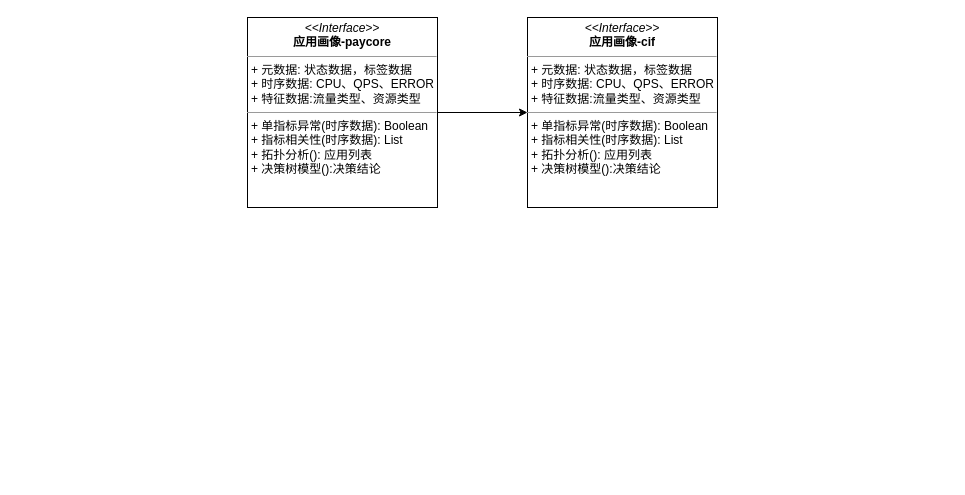
Above: 应用画像定义.drawio in frankneu/draw.io (draw.io), before the change. Source tidied: cells renumbered, new cells numbered last; positions are measured from the earlier drawing's top-left corner, leaving out a move shared by most shapes. Both pictures are drawn from the tidied source at 100%, with x=0, y=0 at pixel (247, 17).
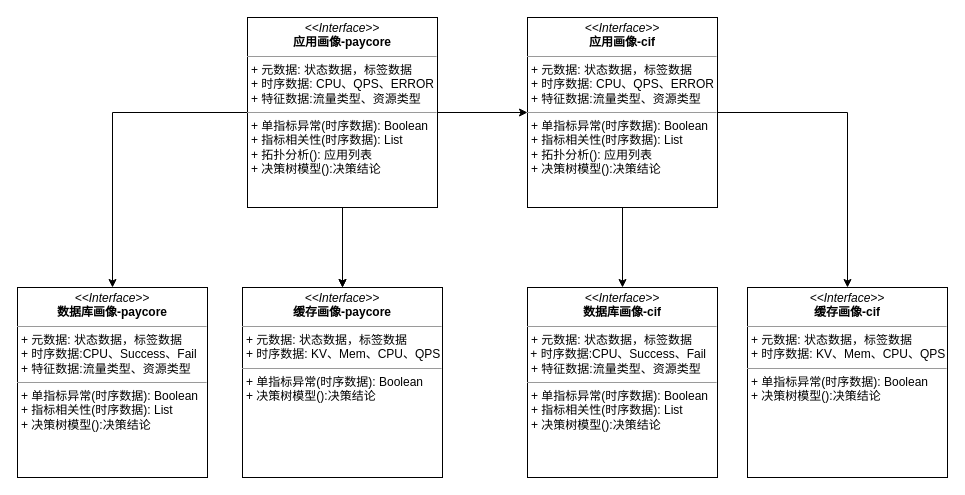
The same diagram, later.

Commit message:
Update 应用画像定义.drawio

Change to the diagram source:
```diff
@@
 <mxGraphModel>
   <root>
     <mxCell id="0" />
     <mxCell id="1" parent="0" />
     <mxCell id="2" style="edgeStyle=orthogonalEdgeStyle;rounded=0;jettySize=auto;html=1;" parent="1" edge="1" source="3" target="4">
       <mxGeometry relative="1" as="geometry" />
     </mxCell>
+    <mxCell id="5" style="edgeStyle=orthogonalEdgeStyle;rounded=0;jettySize=auto;html=1;" parent="1" edge="1" source="3" target="9">
+      <mxGeometry relative="1" as="geometry" />
+    </mxCell>
+    <mxCell id="6" style="edgeStyle=orthogonalEdgeStyle;rounded=0;jettySize=auto;html=1;" parent="1" edge="1" source="3" target="9">
+      <mxGeometry relative="1" as="geometry" />
+    </mxCell>
+    <mxCell id="7" style="edgeStyle=orthogonalEdgeStyle;rounded=0;jettySize=auto;html=1;" parent="1" edge="1" source="3" target="8">
+      <mxGeometry relative="1" as="geometry" />
+    </mxCell>
     <mxCell id="3" value="&lt;p style=&quot;margin: 0px ; margin-top: 4px ; text-align: center&quot;&gt;&lt;i&gt;&amp;lt;&amp;lt;Interface&amp;gt;&amp;gt;&lt;/i&gt;&lt;br&gt;&lt;b&gt;应用画像-paycore&lt;/b&gt;&lt;/p&gt;&lt;hr size=&quot;1&quot;&gt;&lt;p style=&quot;margin: 0px ; margin-left: 4px&quot;&gt;+ 元数据: 状态数据，标签数据&lt;br&gt;+ 时序数据: CPU、QPS、ERROR&lt;/p&gt;&lt;p style=&quot;margin: 0px ; margin-left: 4px&quot;&gt;+ 特征数据:流量类型、资源类型&lt;/p&gt;&lt;hr size=&quot;1&quot;&gt;&lt;p style=&quot;margin: 0px ; margin-left: 4px&quot;&gt;+ 单指标异常(时序数据): Boolean&lt;/p&gt;&lt;p style=&quot;margin: 0px ; margin-left: 4px&quot;&gt;+ 指标相关性(时序数据): List&lt;/p&gt;&lt;p style=&quot;margin: 0px ; margin-left: 4px&quot;&gt;&lt;span&gt;+ 拓扑分析(): 应用列表&lt;/span&gt;&lt;/p&gt;&lt;p style=&quot;margin: 0px ; margin-left: 4px&quot;&gt;&lt;span&gt;+ 决策树模型():决策结论&lt;/span&gt;&lt;/p&gt;" style="verticalAlign=top;align=left;overflow=fill;fontSize=12;fontFamily=Helvetica;html=1;" parent="1" vertex="1">
       <mxGeometry width="190" height="190" as="geometry" />
     </mxCell>
+    <mxCell id="8" value="&lt;p style=&quot;margin: 0px ; margin-top: 4px ; text-align: center&quot;&gt;&lt;i&gt;&amp;lt;&amp;lt;Interface&amp;gt;&amp;gt;&lt;/i&gt;&lt;br&gt;&lt;b&gt;数据库画像-paycore&lt;/b&gt;&lt;/p&gt;&lt;hr size=&quot;1&quot;&gt;&lt;p style=&quot;margin: 0px ; margin-left: 4px&quot;&gt;+ 元数据: 状态数据，标签数据&lt;br&gt;+ 时序数据:CPU、Success、Fail&lt;/p&gt;&lt;p style=&quot;margin: 0px ; margin-left: 4px&quot;&gt;+ 特征数据:流量类型、资源类型&lt;/p&gt;&lt;hr size=&quot;1&quot;&gt;&lt;p style=&quot;margin: 0px ; margin-left: 4px&quot;&gt;+ 单指标异常(时序数据): Boolean&lt;/p&gt;&lt;p style=&quot;margin: 0px ; margin-left: 4px&quot;&gt;+ 指标相关性(时序数据): List&lt;br&gt;&lt;/p&gt;&lt;p style=&quot;margin: 0px ; margin-left: 4px&quot;&gt;&lt;span&gt;+ 决策树模型():决策结论&lt;/span&gt;&lt;/p&gt;" style="verticalAlign=top;align=left;overflow=fill;fontSize=12;fontFamily=Helvetica;html=1;" parent="1" vertex="1">
+      <mxGeometry x="-230" y="270" width="190" height="190" as="geometry" />
+    </mxCell>
+    <mxCell id="9" value="&lt;p style=&quot;margin: 0px ; margin-top: 4px ; text-align: center&quot;&gt;&lt;i&gt;&amp;lt;&amp;lt;Interface&amp;gt;&amp;gt;&lt;/i&gt;&lt;br&gt;&lt;b&gt;缓存画像-paycore&lt;/b&gt;&lt;/p&gt;&lt;hr size=&quot;1&quot;&gt;&lt;p style=&quot;margin: 0px ; margin-left: 4px&quot;&gt;+ 元数据: 状态数据，标签数据&lt;br&gt;+ 时序数据: KV、Mem、CPU、QPS&lt;/p&gt;&lt;hr size=&quot;1&quot;&gt;&lt;p style=&quot;margin: 0px ; margin-left: 4px&quot;&gt;+ 单指标异常(时序数据): Boolean&lt;/p&gt;&lt;p style=&quot;margin: 0px ; margin-left: 4px&quot;&gt;&lt;span&gt;+ 决策树模型():决策结论&lt;/span&gt;&lt;/p&gt;" style="verticalAlign=top;align=left;overflow=fill;fontSize=12;fontFamily=Helvetica;html=1;" parent="1" vertex="1">
+      <mxGeometry x="-5" y="270" width="200" height="190" as="geometry" />
+    </mxCell>
+    <mxCell id="10" style="edgeStyle=orthogonalEdgeStyle;rounded=0;jettySize=auto;html=1;" parent="1" edge="1" source="4" target="13">
+      <mxGeometry relative="1" as="geometry" />
+    </mxCell>
+    <mxCell id="11" style="edgeStyle=orthogonalEdgeStyle;rounded=0;jettySize=auto;html=1;" parent="1" edge="1" source="4" target="12">
+      <mxGeometry relative="1" as="geometry" />
+    </mxCell>
     <mxCell id="4" value="&lt;p style=&quot;margin: 0px ; margin-top: 4px ; text-align: center&quot;&gt;&lt;i&gt;&amp;lt;&amp;lt;Interface&amp;gt;&amp;gt;&lt;/i&gt;&lt;br&gt;&lt;b&gt;应用画像-cif&lt;/b&gt;&lt;/p&gt;&lt;hr size=&quot;1&quot;&gt;&lt;p style=&quot;margin: 0px ; margin-left: 4px&quot;&gt;+ 元数据: 状态数据，标签数据&lt;br&gt;+ 时序数据: CPU、QPS、ERROR&lt;/p&gt;&lt;p style=&quot;margin: 0px ; margin-left: 4px&quot;&gt;+ 特征数据:流量类型、资源类型&lt;/p&gt;&lt;hr size=&quot;1&quot;&gt;&lt;p style=&quot;margin: 0px ; margin-left: 4px&quot;&gt;+ 单指标异常(时序数据): Boolean&lt;/p&gt;&lt;p style=&quot;margin: 0px ; margin-left: 4px&quot;&gt;+ 指标相关性(时序数据): List&lt;/p&gt;&lt;p style=&quot;margin: 0px ; margin-left: 4px&quot;&gt;&lt;span&gt;+ 拓扑分析(): 应用列表&lt;/span&gt;&lt;/p&gt;&lt;p style=&quot;margin: 0px ; margin-left: 4px&quot;&gt;&lt;span&gt;+ 决策树模型():决策结论&lt;/span&gt;&lt;/p&gt;" style="verticalAlign=top;align=left;overflow=fill;fontSize=12;fontFamily=Helvetica;html=1;" parent="1" vertex="1">
       <mxGeometry x="280" width="190" height="190" as="geometry" />
     </mxCell>
+    <mxCell id="12" value="&lt;p style=&quot;margin: 0px ; margin-top: 4px ; text-align: center&quot;&gt;&lt;i&gt;&amp;lt;&amp;lt;Interface&amp;gt;&amp;gt;&lt;/i&gt;&lt;br&gt;&lt;b&gt;缓存画像-cif&lt;/b&gt;&lt;/p&gt;&lt;hr size=&quot;1&quot;&gt;&lt;p style=&quot;margin: 0px ; margin-left: 4px&quot;&gt;+ 元数据: 状态数据，标签数据&lt;br&gt;+ 时序数据: KV、Mem、CPU、QPS&lt;br&gt;&lt;/p&gt;&lt;hr size=&quot;1&quot;&gt;&lt;p style=&quot;margin: 0px ; margin-left: 4px&quot;&gt;+ 单指标异常(时序数据): Boolean&lt;/p&gt;&lt;p style=&quot;margin: 0px ; margin-left: 4px&quot;&gt;&lt;span&gt;+ 决策树模型():决策结论&lt;/span&gt;&lt;/p&gt;" style="verticalAlign=top;align=left;overflow=fill;fontSize=12;fontFamily=Helvetica;html=1;" parent="1" vertex="1">
+      <mxGeometry x="500" y="270" width="200" height="190" as="geometry" />
+    </mxCell>
+    <mxCell id="13" value="&lt;p style=&quot;margin: 0px ; margin-top: 4px ; text-align: center&quot;&gt;&lt;i&gt;&amp;lt;&amp;lt;Interface&amp;gt;&amp;gt;&lt;/i&gt;&lt;br&gt;&lt;b&gt;数据库画像-cif&lt;/b&gt;&lt;/p&gt;&lt;hr size=&quot;1&quot;&gt;&lt;p style=&quot;margin: 0px ; margin-left: 4px&quot;&gt;+ 元数据: 状态数据，标签数据&lt;br&gt;&lt;/p&gt;&amp;nbsp;+ 时序数据:CPU、Success、Fail&lt;p style=&quot;margin: 0px ; margin-left: 4px&quot;&gt;+ 特征数据:流量类型、资源类型&lt;/p&gt;&lt;hr size=&quot;1&quot;&gt;&lt;p style=&quot;margin: 0px ; margin-left: 4px&quot;&gt;+ 单指标异常(时序数据): Boolean&lt;/p&gt;&lt;p style=&quot;margin: 0px ; margin-left: 4px&quot;&gt;+ 指标相关性(时序数据): List&lt;/p&gt;&lt;p style=&quot;margin: 0px ; margin-left: 4px&quot;&gt;&lt;span&gt;+ 决策树模型():决策结论&lt;/span&gt;&lt;/p&gt;" style="verticalAlign=top;align=left;overflow=fill;fontSize=12;fontFamily=Helvetica;html=1;" parent="1" vertex="1">
+      <mxGeometry x="280" y="270" width="190" height="190" as="geometry" />
+    </mxCell>
   </root>
 </mxGraphModel>
```
